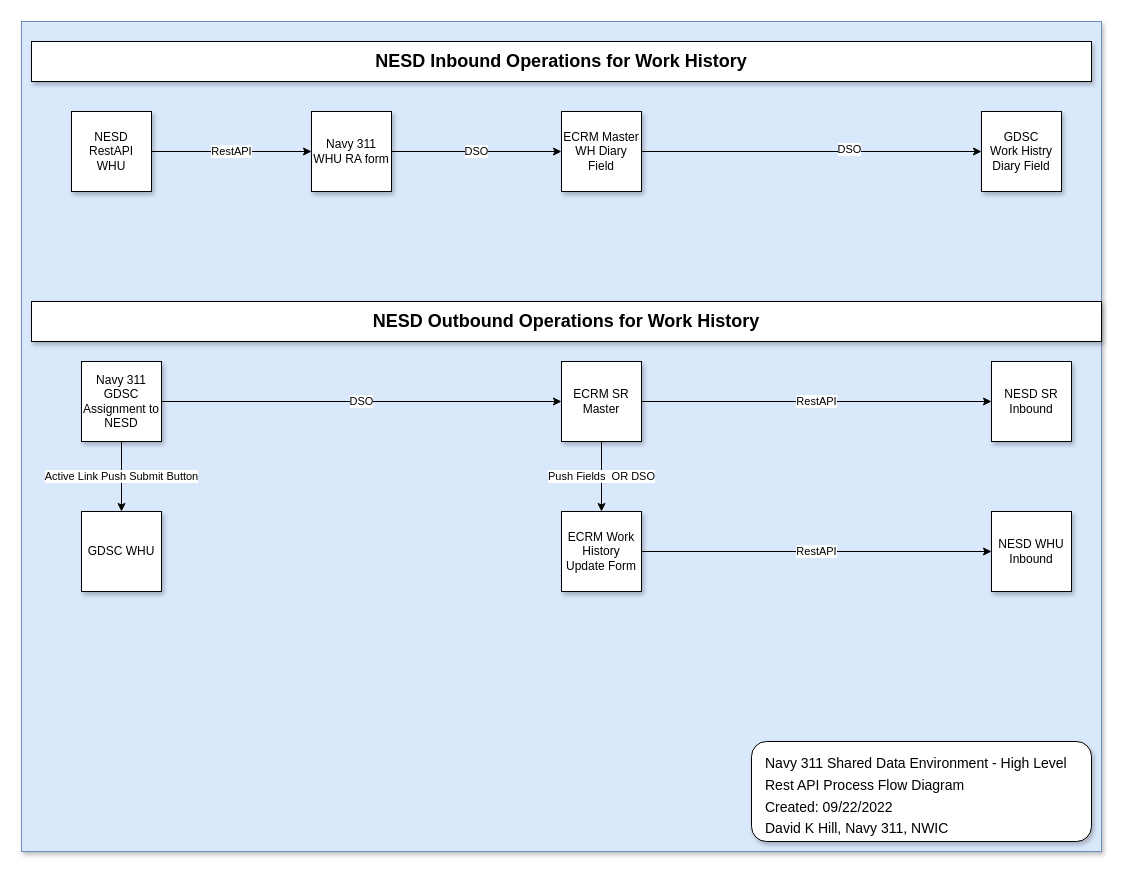
dkhill/navy311 keeps this draw.io diagram as page "Overview" (1 of 5) of docs/NESD Integration Workflow.drawio. Above is the earlier version. Source tidied: cells renumbered, new cells numbered last; positions are measured from the earlier drawing's top-left corner, leaving out a move shared by most shapes. Both pictures are drawn from the tidied source at 100%, with x=0, y=0 at pixel (21, 21).
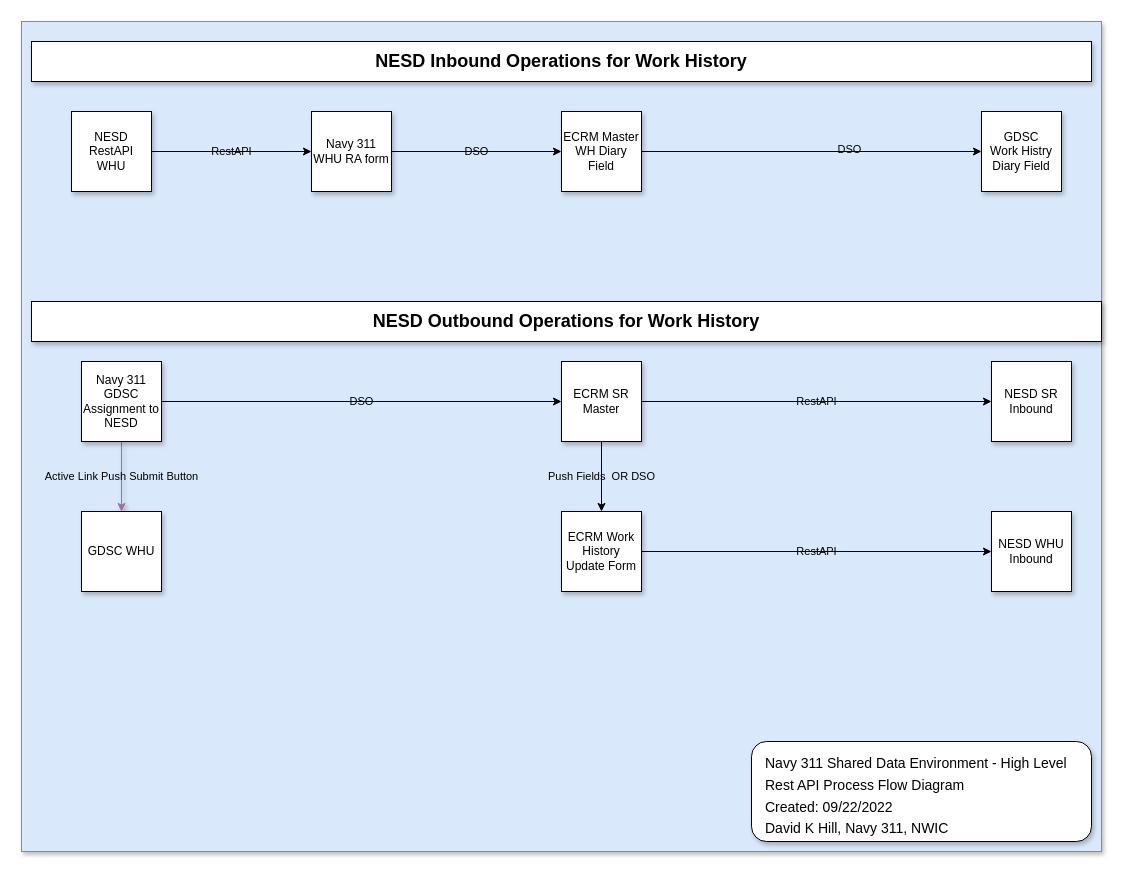
The same page after the edit.

The change refers to these unchanged cells:
```xml
<mxCell id="5" value="NESD RestAPI&lt;br&gt;WHU" style="whiteSpace=wrap;html=1;shadow=1;" parent="1" vertex="1">
  <mxGeometry x="50" y="90" width="80" height="80" as="geometry" />
</mxCell>
<mxCell id="7" value="Navy 311&lt;br&gt;WHU RA form" style="whiteSpace=wrap;html=1;shadow=1;" parent="1" vertex="1">
  <mxGeometry x="290" y="90" width="80" height="80" as="geometry" />
</mxCell>
<mxCell id="8" style="edgeStyle=orthogonalEdgeStyle;rounded=0;jettySize=auto;html=1;" parent="1" edge="1" source="10" target="15">
  <mxGeometry relative="1" as="geometry" />
</mxCell>
<mxCell id="10" value="ECRM Master WH Diary&lt;br&gt;Field" style="whiteSpace=wrap;html=1;shadow=1;" parent="1" vertex="1">
  <mxGeometry x="540" y="90" width="80" height="80" as="geometry" />
</mxCell>
<mxCell id="14" value="Navy 311&lt;br&gt;GDSC&lt;br&gt;Assignment to NESD" style="whiteSpace=wrap;html=1;shadow=1;" parent="1" vertex="1">
  <mxGeometry x="60" y="340" width="80" height="80" as="geometry" />
</mxCell>
<mxCell id="18" value="ECRM SR Master" style="whiteSpace=wrap;html=1;shadow=1;" parent="1" vertex="1">
  <mxGeometry x="540" y="340" width="80" height="80" as="geometry" />
</mxCell>
<mxCell id="19" value="NESD SR Inbound" style="whiteSpace=wrap;html=1;shadow=1;" parent="1" vertex="1">
  <mxGeometry x="970" y="340" width="80" height="80" as="geometry" />
</mxCell>
<mxCell id="21" value="ECRM Work History Update Form" style="whiteSpace=wrap;html=1;shadow=1;" parent="1" vertex="1">
  <mxGeometry x="540" y="490" width="80" height="80" as="geometry" />
</mxCell>
<mxCell id="22" value="NESD WHU Inbound" style="whiteSpace=wrap;html=1;shadow=1;" parent="1" vertex="1">
  <mxGeometry x="970" y="490" width="80" height="80" as="geometry" />
</mxCell>
<mxCell id="23" value="GDSC WHU" style="whiteSpace=wrap;html=1;shadow=1;" parent="1" vertex="1">
  <mxGeometry x="60" y="490" width="80" height="80" as="geometry" />
</mxCell>
```

The edit, as a diff of the source:
```diff
@@
-    <mxCell id="4" value="RestAPI" style="edgeStyle=orthogonalEdgeStyle;rounded=0;jettySize=auto;html=1;" parent="1" edge="1" source="5" target="7">
+    <mxCell id="4" value="RestAPI" style="edgeStyle=orthogonalEdgeStyle;rounded=0;jettySize=auto;html=1;labelBackgroundColor=none;" parent="1" edge="1" source="5" target="7">
       <mxGeometry relative="1" as="geometry" />
     </mxCell>
@@
-    <mxCell id="6" value="DSO" style="edgeStyle=orthogonalEdgeStyle;rounded=0;jettySize=auto;html=1;" parent="1" edge="1" source="7" target="10">
+    <mxCell id="6" value="DSO" style="edgeStyle=orthogonalEdgeStyle;rounded=0;jettySize=auto;html=1;labelBackgroundColor=none;" parent="1" edge="1" source="7" target="10">
       <mxGeometry relative="1" as="geometry" />
     </mxCell>
@@
-    <mxCell id="9" value="DSO" style="edgeLabel;html=1;align=center;verticalAlign=middle;" parent="8" vertex="1">
+    <mxCell id="9" value="DSO" style="edgeLabel;html=1;align=center;verticalAlign=middle;labelBackgroundColor=none;" parent="8" vertex="1">
       <mxGeometry x="0.22" y="3" relative="1" as="geometry" />
     </mxCell>
@@
-    <mxCell id="12" value="DSO" style="edgeStyle=orthogonalEdgeStyle;rounded=0;jettySize=auto;html=1;" parent="1" edge="1" source="14" target="18">
+    <mxCell id="12" value="DSO" style="edgeStyle=orthogonalEdgeStyle;rounded=0;jettySize=auto;html=1;labelBackgroundColor=none;" parent="1" edge="1" source="14" target="18">
       <mxGeometry relative="1" as="geometry" />
     </mxCell>
-    <mxCell id="13" value="Active Link Push Submit Button" style="edgeStyle=orthogonalEdgeStyle;rounded=0;jettySize=auto;html=1;" parent="1" edge="1" source="14" target="23">
+    <mxCell id="13" value="Active Link Push Submit Button" style="edgeStyle=orthogonalEdgeStyle;rounded=0;jettySize=auto;html=1;shadow=1;fillColor=#e1d5e7;strokeColor=#9673a6;labelBackgroundColor=none;" parent="1" edge="1" source="14" target="23">
       <mxGeometry relative="1" as="geometry" />
     </mxCell>
@@
-    <mxCell id="16" value="RestAPI" style="edgeStyle=orthogonalEdgeStyle;rounded=0;jettySize=auto;html=1;entryX=0;entryY=0.5;entryDx=0;entryDy=0;" parent="1" edge="1" source="18" target="19">
+    <mxCell id="16" value="RestAPI" style="edgeStyle=orthogonalEdgeStyle;rounded=0;jettySize=auto;html=1;entryX=0;entryY=0.5;entryDx=0;entryDy=0;labelBackgroundColor=none;" parent="1" edge="1" source="18" target="19">
       <mxGeometry relative="1" as="geometry" />
     </mxCell>
-    <mxCell id="17" value="Push Fields&amp;nbsp; OR DSO" style="edgeStyle=orthogonalEdgeStyle;rounded=0;jettySize=auto;html=1;entryX=0.5;entryY=0;entryDx=0;entryDy=0;" parent="1" edge="1" source="18" target="21">
+    <mxCell id="17" value="Push Fields&amp;nbsp; OR DSO" style="edgeStyle=orthogonalEdgeStyle;rounded=0;jettySize=auto;html=1;entryX=0.5;entryY=0;entryDx=0;entryDy=0;labelBackgroundColor=none;" parent="1" edge="1" source="18" target="21">
       <mxGeometry relative="1" as="geometry" />
     </mxCell>
@@
-    <mxCell id="20" value="RestAPI" style="edgeStyle=orthogonalEdgeStyle;rounded=0;jettySize=auto;html=1;" parent="1" edge="1" source="21" target="22">
+    <mxCell id="20" value="RestAPI" style="edgeStyle=orthogonalEdgeStyle;rounded=0;jettySize=auto;html=1;labelBackgroundColor=none;" parent="1" edge="1" source="21" target="22">
       <mxGeometry relative="1" as="geometry" />
     </mxCell>
```
